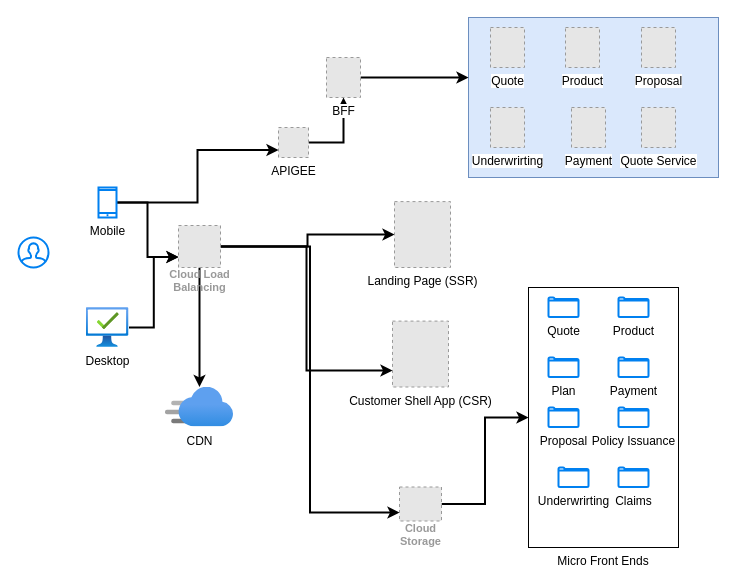
This is page "Page-2" (2 of 5) of src/Untitled Diagram.drawio from vnshtiwari/root-config, a draw.io file, before an edit. Source tidied: cells renumbered, new cells numbered last; positions are measured from the earlier drawing's top-left corner, leaving out a move shared by most shapes. Both pictures are drawn from the tidied source at 100%, with x=0, y=0 at pixel (18, 17). Pictures stored in the file or linked from it are replaced by grey dashed boxes.
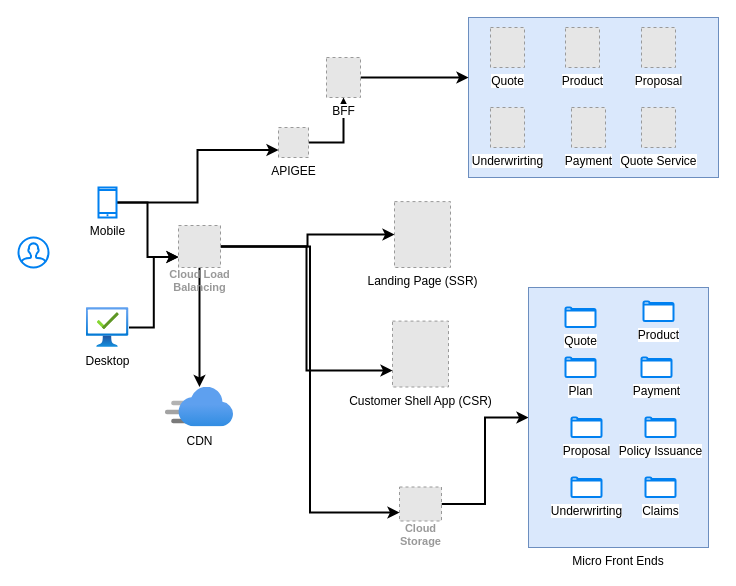
After the change.

What changed in the source:
```diff
@@
-    <mxCell id="22" value="Micro Front Ends" style="rounded=0;whiteSpace=wrap;html=1;labelPosition=center;verticalLabelPosition=bottom;align=center;verticalAlign=top;" parent="1" vertex="1">
-      <mxGeometry x="510" y="270" width="150" height="260" as="geometry" />
+    <mxCell id="22" value="Micro Front Ends" style="rounded=0;whiteSpace=wrap;html=1;labelPosition=center;verticalLabelPosition=bottom;align=center;verticalAlign=top;fillColor=#dae8fc;strokeColor=#6c8ebf;" parent="1" vertex="1">
+      <mxGeometry x="510" y="270" width="180" height="260" as="geometry" />
     </mxCell>
     <mxCell id="23" value="Quote" style="html=1;verticalLabelPosition=bottom;align=center;labelBackgroundColor=#ffffff;verticalAlign=top;strokeWidth=2;strokeColor=#0080F0;shadow=0;dashed=0;shape=mxgraph.ios7.icons.folder;" parent="1" vertex="1">
-      <mxGeometry x="530" y="280" width="30" height="19.5" as="geometry" />
+      <mxGeometry x="547" y="290" width="30" height="19.5" as="geometry" />
     </mxCell>
     <mxCell id="24" value="Product" style="html=1;verticalLabelPosition=bottom;align=center;labelBackgroundColor=#ffffff;verticalAlign=top;strokeWidth=2;strokeColor=#0080F0;shadow=0;dashed=0;shape=mxgraph.ios7.icons.folder;" parent="1" vertex="1">
-      <mxGeometry x="600" y="280" width="30" height="19.5" as="geometry" />
+      <mxGeometry x="625" y="284.1" width="30" height="19.5" as="geometry" />
     </mxCell>
     <mxCell id="25" value="Plan" style="html=1;verticalLabelPosition=bottom;align=center;labelBackgroundColor=#ffffff;verticalAlign=top;strokeWidth=2;strokeColor=#0080F0;shadow=0;dashed=0;shape=mxgraph.ios7.icons.folder;" parent="1" vertex="1">
-      <mxGeometry x="530" y="340" width="30" height="19.5" as="geometry" />
+      <mxGeometry x="547" y="340" width="30" height="19.5" as="geometry" />
     </mxCell>
     <mxCell id="26" value="Payment" style="html=1;verticalLabelPosition=bottom;align=center;labelBackgroundColor=#ffffff;verticalAlign=top;strokeWidth=2;strokeColor=#0080F0;shadow=0;dashed=0;shape=mxgraph.ios7.icons.folder;" parent="1" vertex="1">
-      <mxGeometry x="600" y="340" width="30" height="19.5" as="geometry" />
+      <mxGeometry x="623" y="340" width="30" height="19.5" as="geometry" />
     </mxCell>
     <mxCell id="27" value="Proposal" style="html=1;verticalLabelPosition=bottom;align=center;labelBackgroundColor=#ffffff;verticalAlign=top;strokeWidth=2;strokeColor=#0080F0;shadow=0;dashed=0;shape=mxgraph.ios7.icons.folder;" parent="1" vertex="1">
-      <mxGeometry x="530" y="390" width="30" height="19.5" as="geometry" />
+      <mxGeometry x="553" y="400" width="30" height="19.5" as="geometry" />
     </mxCell>
     <mxCell id="28" value="Policy Issuance" style="html=1;verticalLabelPosition=bottom;align=center;labelBackgroundColor=#ffffff;verticalAlign=top;strokeWidth=2;strokeColor=#0080F0;shadow=0;dashed=0;shape=mxgraph.ios7.icons.folder;" parent="1" vertex="1">
-      <mxGeometry x="600" y="390" width="30" height="19.5" as="geometry" />
+      <mxGeometry x="627" y="400" width="30" height="19.5" as="geometry" />
     </mxCell>
     <mxCell id="29" value="Underwrirting" style="html=1;verticalLabelPosition=bottom;align=center;labelBackgroundColor=#ffffff;verticalAlign=top;strokeWidth=2;strokeColor=#0080F0;shadow=0;dashed=0;shape=mxgraph.ios7.icons.folder;" parent="1" vertex="1">
-      <mxGeometry x="540" y="450" width="30" height="19.5" as="geometry" />
+      <mxGeometry x="553" y="460" width="30" height="19.5" as="geometry" />
     </mxCell>
     <mxCell id="30" value="Claims" style="html=1;verticalLabelPosition=bottom;align=center;labelBackgroundColor=#ffffff;verticalAlign=top;strokeWidth=2;strokeColor=#0080F0;shadow=0;dashed=0;shape=mxgraph.ios7.icons.folder;" parent="1" vertex="1">
-      <mxGeometry x="600" y="450" width="30" height="19.5" as="geometry" />
+      <mxGeometry x="627" y="460" width="30" height="19.5" as="geometry" />
     </mxCell>
```
